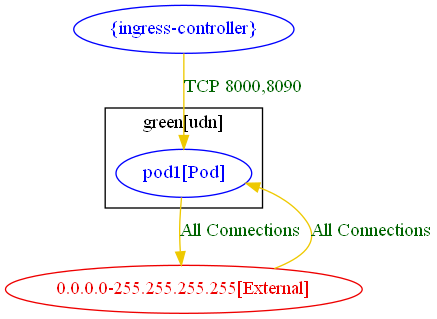
Above: test_outputs/connlist/udn_with_ingress_controller_connlist_output.dot.png in np-guard/netpol-analyzer (Graphviz), before the change. Its source is kept beside it as test_outputs/connlist/udn_with_ingress_controller_connlist_output.dot. The source it was exported from:
```dot
digraph {
	subgraph "cluster_green[udn]" {
		color="black"
		fontcolor="black"
		"green[udn]/pod1[Pod]" [label="pod1[Pod]" color="blue" fontcolor="blue"]
		label="green[udn]"
	}
	"0.0.0.0-255.255.255.255[External]" [label="0.0.0.0-255.255.255.255[External]" color="red2" fontcolor="red2"]
	"{ingress-controller}" [label="{ingress-controller}" color="blue" fontcolor="blue"]
	"0.0.0.0-255.255.255.255[External]" -> "green[udn]/pod1[Pod]" [label="All Connections" color="gold2" fontcolor="darkgreen" weight=0.5]
	"green[udn]/pod1[Pod]" -> "0.0.0.0-255.255.255.255[External]" [label="All Connections" color="gold2" fontcolor="darkgreen" weight=1]
	"{ingress-controller}" -> "green[udn]/pod1[Pod]" [label="TCP 8000,8090" color="gold2" fontcolor="darkgreen" weight=1]
}
```
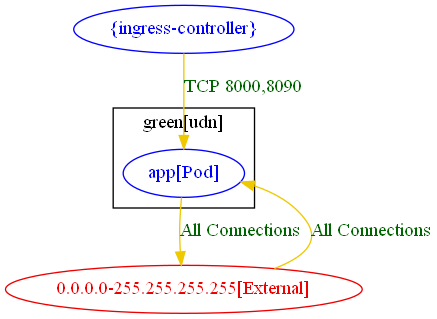
The same file after the commit.

The edit, as a diff of the source:
```diff
@@ -2,12 +2,12 @@
 	subgraph "cluster_green[udn]" {
 		color="black"
 		fontcolor="black"
-		"green[udn]/pod1[Pod]" [label="pod1[Pod]" color="blue" fontcolor="blue"]
+		"green[udn]/app[Pod]" [label="app[Pod]" color="blue" fontcolor="blue"]
 		label="green[udn]"
 	}
 	"0.0.0.0-255.255.255.255[External]" [label="0.0.0.0-255.255.255.255[External]" color="red2" fontcolor="red2"]
 	"{ingress-controller}" [label="{ingress-controller}" color="blue" fontcolor="blue"]
-	"0.0.0.0-255.255.255.255[External]" -> "green[udn]/pod1[Pod]" [label="All Connections" color="gold2" fontcolor="darkgreen" weight=0.5]
-	"green[udn]/pod1[Pod]" -> "0.0.0.0-255.255.255.255[External]" [label="All Connections" color="gold2" fontcolor="darkgreen" weight=1]
-	"{ingress-controller}" -> "green[udn]/pod1[Pod]" [label="TCP 8000,8090" color="gold2" fontcolor="darkgreen" weight=1]
+	"0.0.0.0-255.255.255.255[External]" -> "green[udn]/app[Pod]" [label="All Connections" color="gold2" fontcolor="darkgreen" weight=0.5]
+	"green[udn]/app[Pod]" -> "0.0.0.0-255.255.255.255[External]" [label="All Connections" color="gold2" fontcolor="darkgreen" weight=1]
+	"{ingress-controller}" -> "green[udn]/app[Pod]" [label="TCP 8000,8090" color="gold2" fontcolor="darkgreen" weight=1]
 }
```
